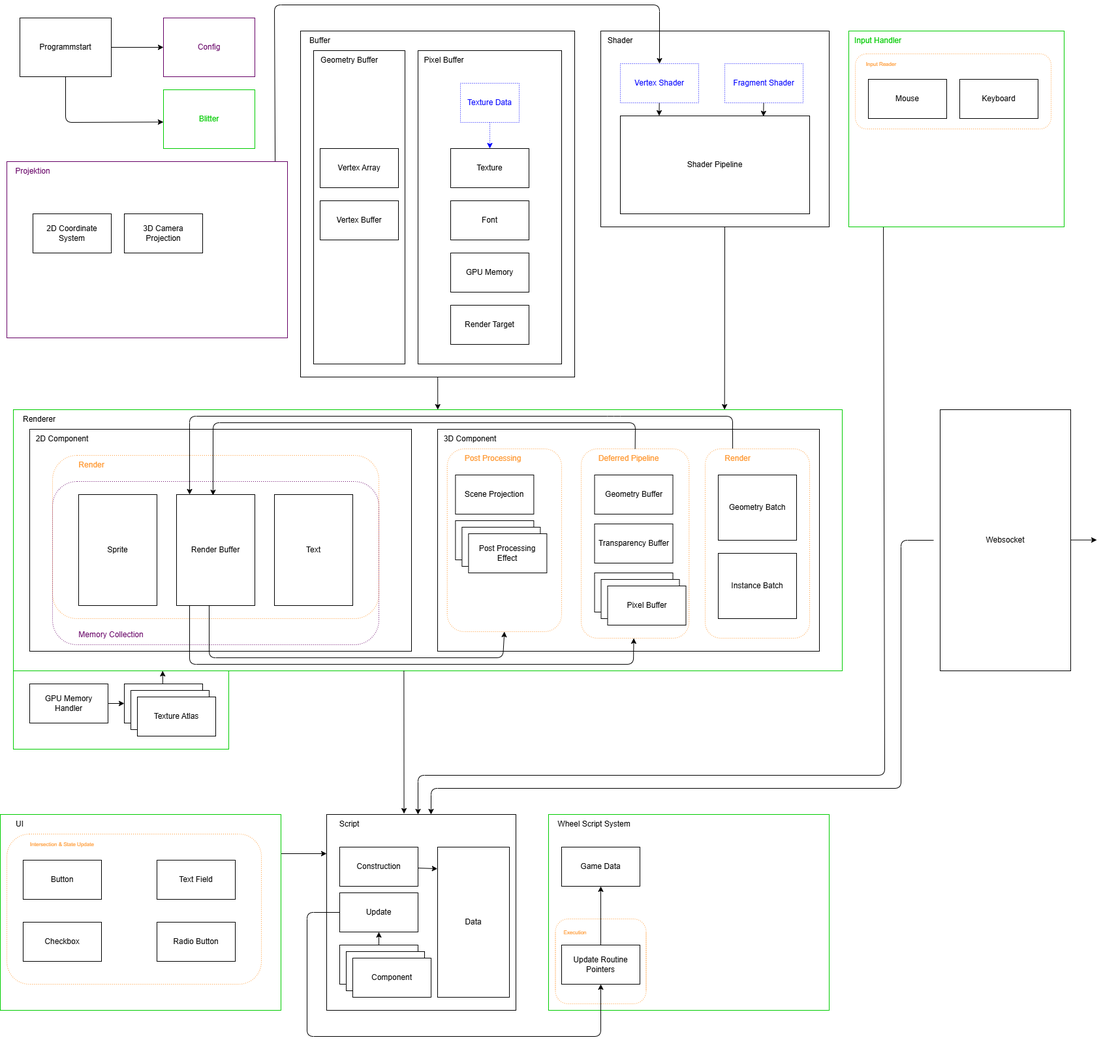
This is client/Dataflow.png from ptxcy/SOSE25-Projekt, a draw.io export, as it was before one commit. Source tidied: cells renumbered, new cells last; positions are measured from the earlier drawing's top-left corner, leaving out a move shared by most shapes.
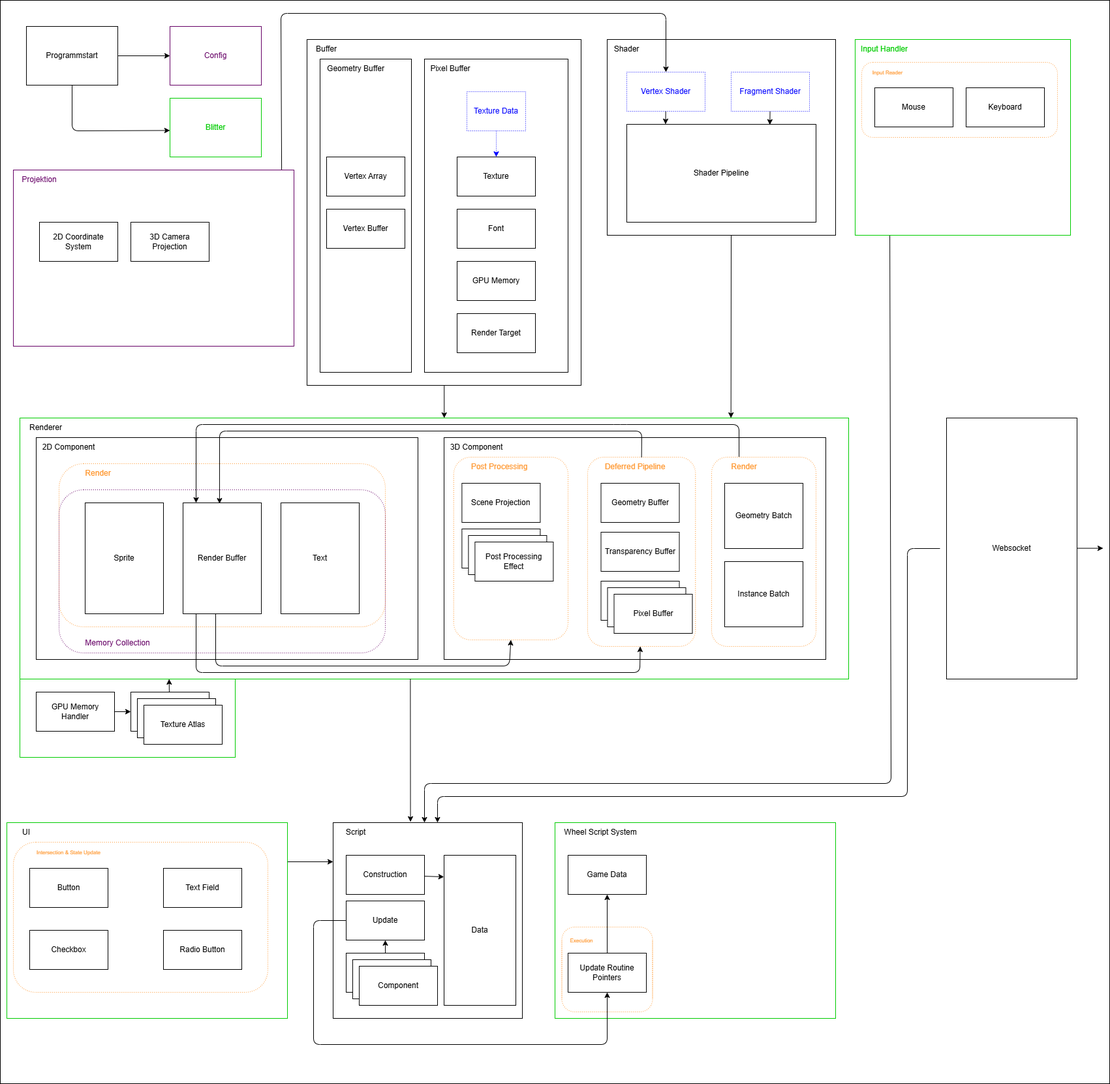
The same file after the commit.

Commit message:
update Dataflow diagram with improved dimensions and geometry

Change to the diagram source:
```diff
@@ -2,6 +2,9 @@
   <root>
     <mxCell id="0" />
     <mxCell id="1" parent="0" />
+    <mxCell id="114" style="rounded=0;whiteSpace=wrap;html=1;" parent="1" vertex="1">
+      <mxGeometry x="-10" y="-20" width="1700" height="1660" as="geometry" />
+    </mxCell>
     <mxCell id="2" style="rounded=0;whiteSpace=wrap;html=1;strokeColor=#00CC00;" parent="1" vertex="1">
       <mxGeometry x="20" y="620" width="1270" height="400" as="geometry" />
     </mxCell>
```
